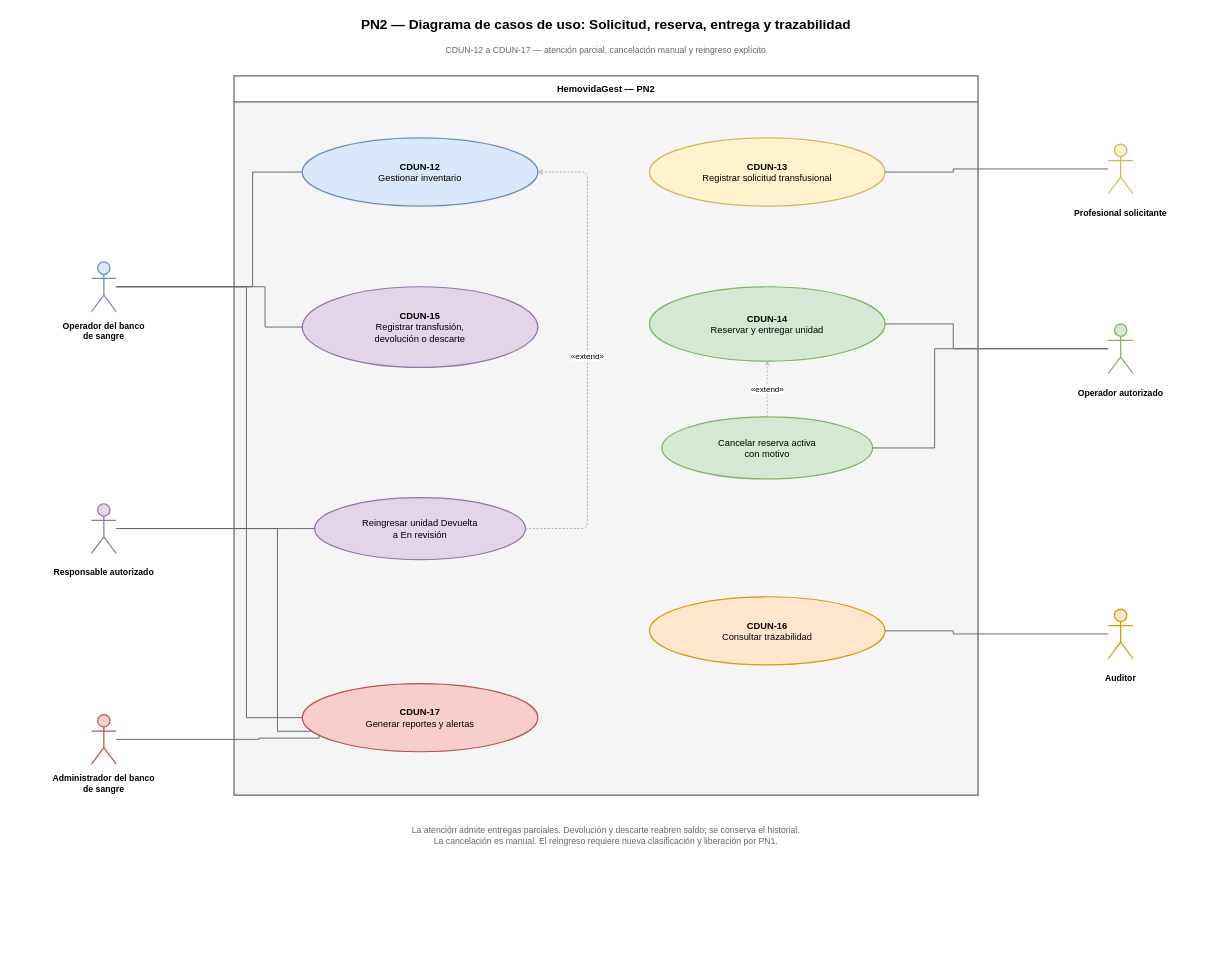
The draw.io diagram Diagramas/Casos de Uso/PN2 - CDU-12 a CDU-17 - Casos de uso.drawio in juanNH/Ingenieria-de-Software, before the edit. Source tidied: cells renumbered, new cells numbered last; positions are measured from the earlier drawing's top-left corner, leaving out a move shared by most shapes. Both pictures are drawn from the tidied source at 62%, with x=0, y=0 at pixel (11, 11).
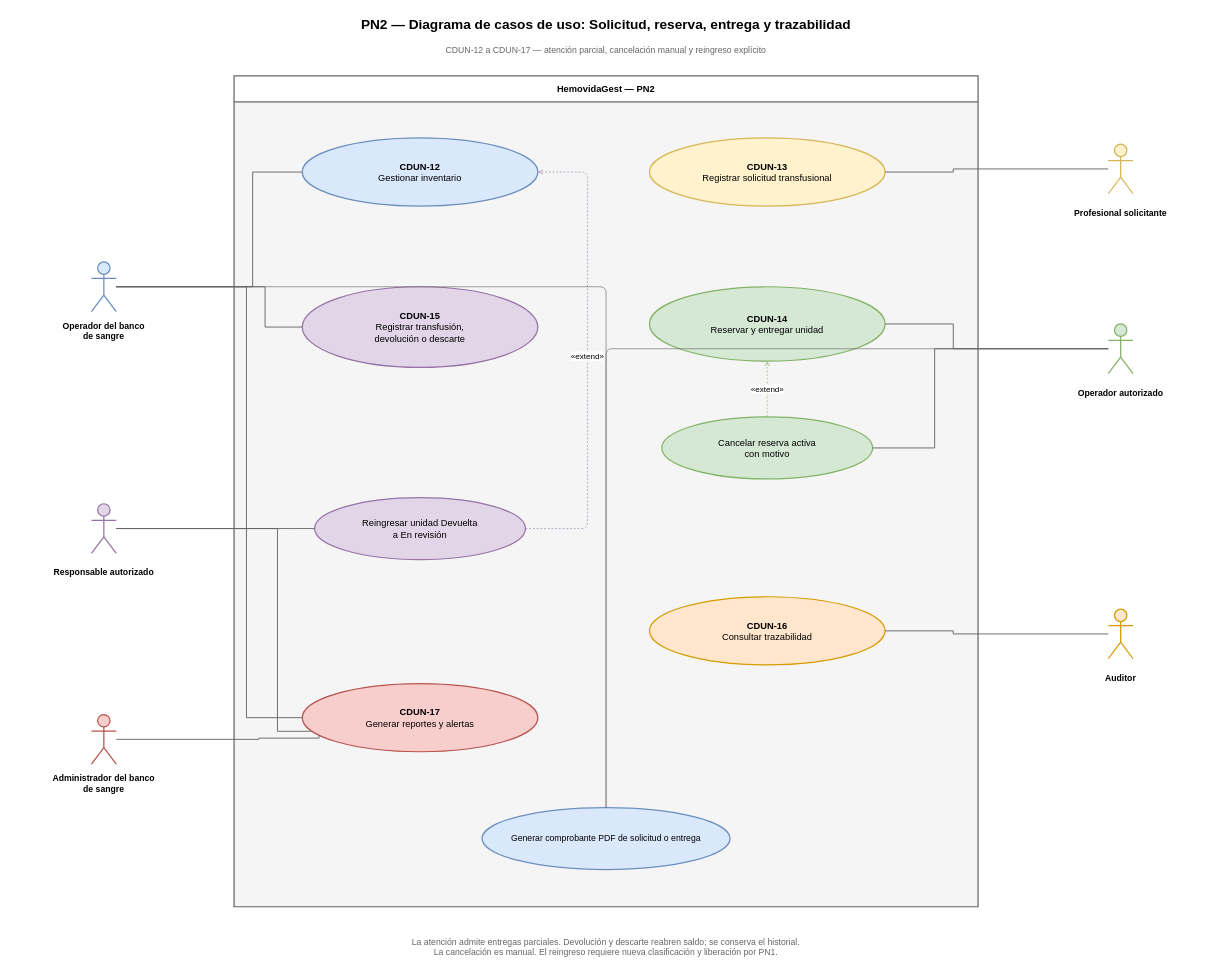
The same diagram, later.

Unchanged cells that the change refers to:
```xml
<mxCell id="13" style="shape=umlActor;html=1;fillColor=#dae8fc;strokeColor=#6c8ebf;strokeWidth=2;" parent="1" vertex="1">
  <mxGeometry x="130" y="405" width="40" height="80" as="geometry" />
</mxCell>
<mxCell id="17" style="shape=umlActor;html=1;fillColor=#d5e8d4;strokeColor=#82b366;strokeWidth=2;" parent="1" vertex="1">
  <mxGeometry x="1770" y="505" width="40" height="80" as="geometry" />
</mxCell>
```

Change to the diagram source:
```diff
@@
     <mxCell id="4" value="HemovidaGest — PN2" style="swimlane;horizontal=1;startSize=42;whiteSpace=wrap;html=1;fillColor=none;swimlaneFillColor=#f5f5f5;strokeColor=#666666;strokeWidth=2;fontFamily=Arial;fontSize=15;fontStyle=1;" parent="1" vertex="1">
-      <mxGeometry x="360" y="105" width="1200" height="1160" as="geometry" />
+      <mxGeometry x="360" y="105" width="1200" height="1340" as="geometry" />
     </mxCell>
@@
     <mxCell id="37" value="La atención admite entregas parciales. Devolución y descarte reabren saldo; se conserva el historial.&lt;br&gt;La cancelación es manual. El reingreso requiere nueva clasificación y liberación por PN1." style="text;html=1;strokeColor=none;fillColor=none;fontFamily=Arial;align=center;verticalAlign=middle;whiteSpace=wrap;fontSize=14;fontColor=#666666;" parent="1" vertex="1">
-      <mxGeometry x="410" y="1295" width="1100" height="70" as="geometry" />
+      <mxGeometry x="410" y="1475" width="1100" height="70" as="geometry" />
     </mxCell>
+    <mxCell id="38" value="Generar comprobante PDF de solicitud o entrega" style="ellipse;whiteSpace=wrap;html=1;fillColor=#dae8fc;strokeColor=#6c8ebf;strokeWidth=2;fontSize=14;" parent="1" vertex="1">
+      <mxGeometry x="760" y="1285" width="400" height="100" as="geometry" />
+    </mxCell>
+    <mxCell id="39" style="edgeStyle=orthogonalEdgeStyle;endArrow=none;strokeColor=#666666;" parent="1" edge="1" source="17" target="38">
+      <mxGeometry relative="1" as="geometry" />
+    </mxCell>
+    <mxCell id="40" style="edgeStyle=orthogonalEdgeStyle;endArrow=none;strokeColor=#666666;" parent="1" edge="1" source="13" target="38">
+      <mxGeometry relative="1" as="geometry" />
+    </mxCell>
```
